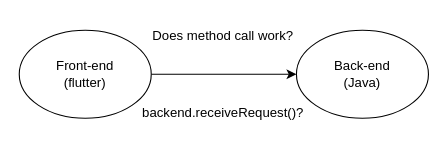
mohsenkamini/SBU_AP_Project_Java keeps this draw.io diagram as API Diagrams.drawio. Above is the earlier version. Source tidied: cells renumbered, new cells numbered last; positions are measured from the earlier drawing's top-left corner, leaving out a move shared by most shapes. Both pictures are drawn from the tidied source at 110%, with x=0, y=0 at pixel (19, 19).
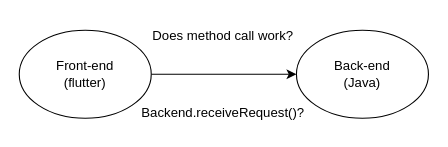
The same diagram, later.

Diff of the diagram source:
```diff
@@
 <mxGraphModel>
   <root>
     <mxCell id="0" />
     <mxCell id="1" parent="0" />
     <mxCell id="2" style="edgeStyle=orthogonalEdgeStyle;rounded=0;jettySize=auto;html=1;" parent="1" edge="1" source="3" target="4">
       <mxGeometry relative="1" as="geometry" />
     </mxCell>
     <mxCell id="3" value="Front-end&lt;br&gt;(flutter)" style="ellipse;whiteSpace=wrap;html=1;" parent="1" vertex="1">
       <mxGeometry y="10" width="120" height="80" as="geometry" />
     </mxCell>
     <mxCell id="4" value="Back-end&lt;br&gt;(Java)" style="ellipse;whiteSpace=wrap;html=1;" parent="1" vertex="1">
       <mxGeometry x="252" y="10" width="120" height="80" as="geometry" />
     </mxCell>
     <mxCell id="5" value="Does method call work?" style="text;html=1;align=center;verticalAlign=middle;strokeColor=none;fillColor=none;" parent="1" vertex="1">
       <mxGeometry x="110" width="150" height="30" as="geometry" />
     </mxCell>
-    <mxCell id="6" value="backend.receiveRequest()?" style="text;html=1;align=center;verticalAlign=middle;strokeColor=none;fillColor=none;" parent="1" vertex="1">
+    <mxCell id="6" value="Backend.receiveRequest()?" style="text;html=1;align=center;verticalAlign=middle;strokeColor=none;fillColor=none;" parent="1" vertex="1">
       <mxGeometry x="100" y="70" width="170" height="30" as="geometry" />
     </mxCell>
   </root>
 </mxGraphModel>
```
